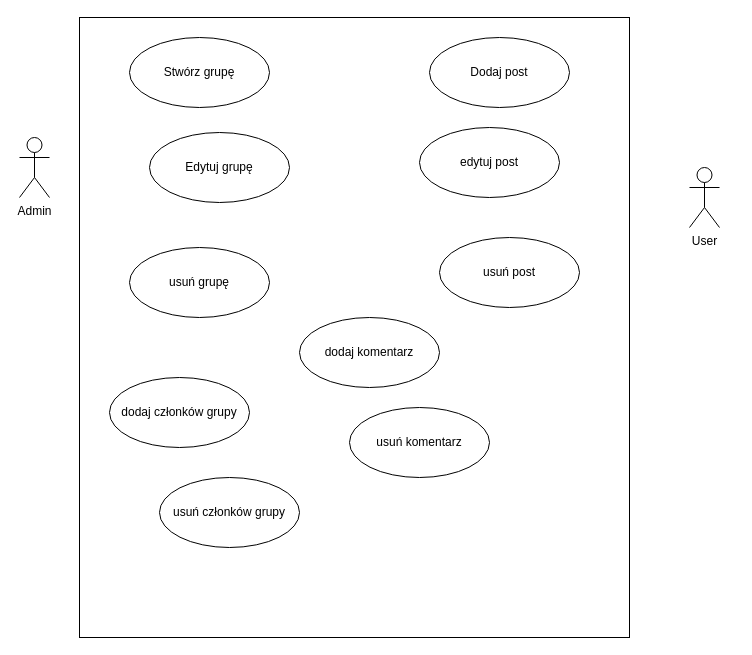
The draw.io diagram page "Przypadki użycia grupy posty" (3 of 3) of mwo_lokalni_app.drawio in Haltie13/lokalni_app, before the edit. Source tidied: cells renumbered, new cells numbered last; positions are measured from the earlier drawing's top-left corner, leaving out a move shared by most shapes. Both pictures are drawn from the tidied source at 100%, with x=0, y=0 at pixel (19, 17).
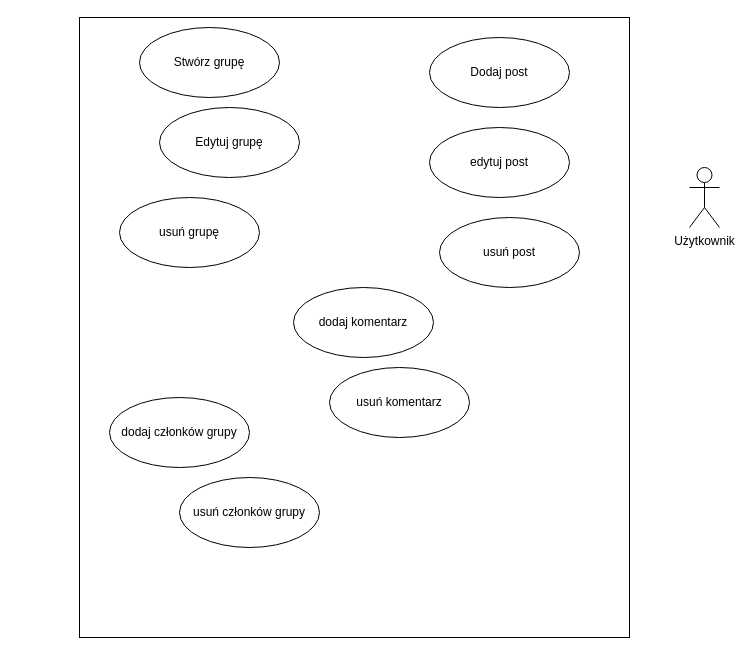
Above is the later version.

The edit, as a diff of the source:
```diff
@@
 <mxGraphModel>
   <root>
     <mxCell id="0" />
     <mxCell id="1" parent="0" />
     <mxCell id="2" style="rounded=0;whiteSpace=wrap;html=1;" parent="1" vertex="1">
       <mxGeometry x="60" width="550" height="620" as="geometry" />
     </mxCell>
-    <mxCell id="3" value="Admin" style="shape=umlActor;verticalLabelPosition=bottom;verticalAlign=top;html=1;" parent="1" vertex="1">
-      <mxGeometry y="120" width="30" height="60" as="geometry" />
-    </mxCell>
-    <mxCell id="4" value="User&lt;div&gt;&lt;br&gt;&lt;/div&gt;" style="shape=umlActor;verticalLabelPosition=bottom;verticalAlign=top;html=1;" parent="1" vertex="1">
+    <mxCell id="4" value="Użytkownik" style="shape=umlActor;verticalLabelPosition=bottom;verticalAlign=top;html=1;" parent="1" vertex="1">
       <mxGeometry x="670" y="150" width="30" height="60" as="geometry" />
     </mxCell>
     <mxCell id="5" value="Stwórz grupę" style="ellipse;whiteSpace=wrap;html=1;" parent="1" vertex="1">
-      <mxGeometry x="110" y="20" width="140" height="70" as="geometry" />
+      <mxGeometry x="120" y="10" width="140" height="70" as="geometry" />
     </mxCell>
     <mxCell id="6" value="Edytuj grupę" style="ellipse;whiteSpace=wrap;html=1;" parent="1" vertex="1">
-      <mxGeometry x="130" y="115" width="140" height="70" as="geometry" />
+      <mxGeometry x="140" y="90" width="140" height="70" as="geometry" />
     </mxCell>
     <mxCell id="7" value="usuń grupę" style="ellipse;whiteSpace=wrap;html=1;" parent="1" vertex="1">
-      <mxGeometry x="110" y="230" width="140" height="70" as="geometry" />
+      <mxGeometry x="100" y="180" width="140" height="70" as="geometry" />
     </mxCell>
     <mxCell id="8" value="Dodaj post" style="ellipse;whiteSpace=wrap;html=1;" parent="1" vertex="1">
       <mxGeometry x="410" y="20" width="140" height="70" as="geometry" />
     </mxCell>
     <mxCell id="9" value="edytuj post" style="ellipse;whiteSpace=wrap;html=1;" parent="1" vertex="1">
-      <mxGeometry x="400" y="110" width="140" height="70" as="geometry" />
+      <mxGeometry x="410" y="110" width="140" height="70" as="geometry" />
     </mxCell>
     <mxCell id="10" value="usuń post" style="ellipse;whiteSpace=wrap;html=1;" parent="1" vertex="1">
-      <mxGeometry x="420" y="220" width="140" height="70" as="geometry" />
+      <mxGeometry x="420" y="200" width="140" height="70" as="geometry" />
     </mxCell>
     <mxCell id="11" value="dodaj komentarz" style="ellipse;whiteSpace=wrap;html=1;" parent="1" vertex="1">
-      <mxGeometry x="280" y="300" width="140" height="70" as="geometry" />
+      <mxGeometry x="274" y="270" width="140" height="70" as="geometry" />
     </mxCell>
     <mxCell id="12" value="usuń komentarz" style="ellipse;whiteSpace=wrap;html=1;" parent="1" vertex="1">
-      <mxGeometry x="330" y="390" width="140" height="70" as="geometry" />
+      <mxGeometry x="310" y="350" width="140" height="70" as="geometry" />
     </mxCell>
     <mxCell id="13" value="dodaj członków grupy" style="ellipse;whiteSpace=wrap;html=1;" parent="1" vertex="1">
-      <mxGeometry x="90" y="360" width="140" height="70" as="geometry" />
+      <mxGeometry x="90" y="380" width="140" height="70" as="geometry" />
     </mxCell>
     <mxCell id="14" value="usuń członków grupy" style="ellipse;whiteSpace=wrap;html=1;" parent="1" vertex="1">
-      <mxGeometry x="140" y="460" width="140" height="70" as="geometry" />
+      <mxGeometry x="160" y="460" width="140" height="70" as="geometry" />
     </mxCell>
   </root>
 </mxGraphModel>
```
